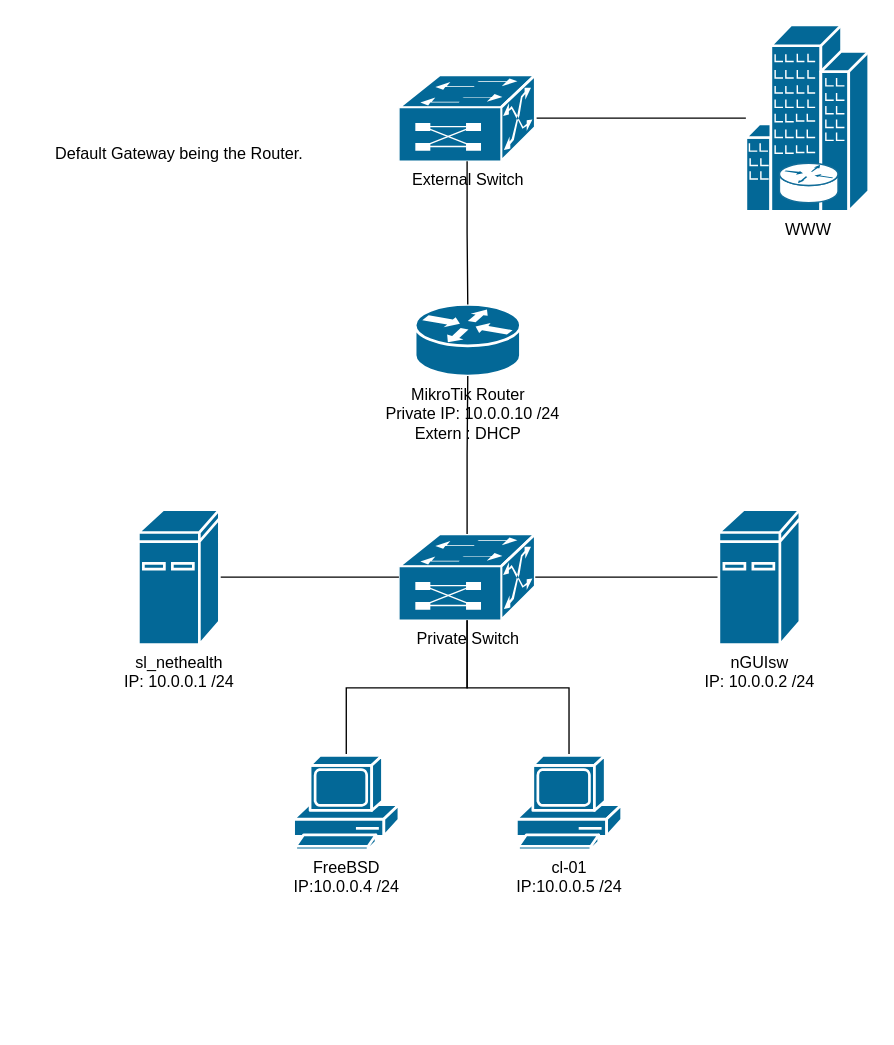
The draw.io diagram documentation/Netzwerk Plan .drawio in AndreiSerbu/Nethealth, before the edit. Source tidied: cells renumbered, new cells numbered last; positions are measured from the earlier drawing's top-left corner, leaving out a move shared by most shapes. Both pictures are drawn from the tidied source at 135%, with x=0, y=0 at pixel (36, 24).
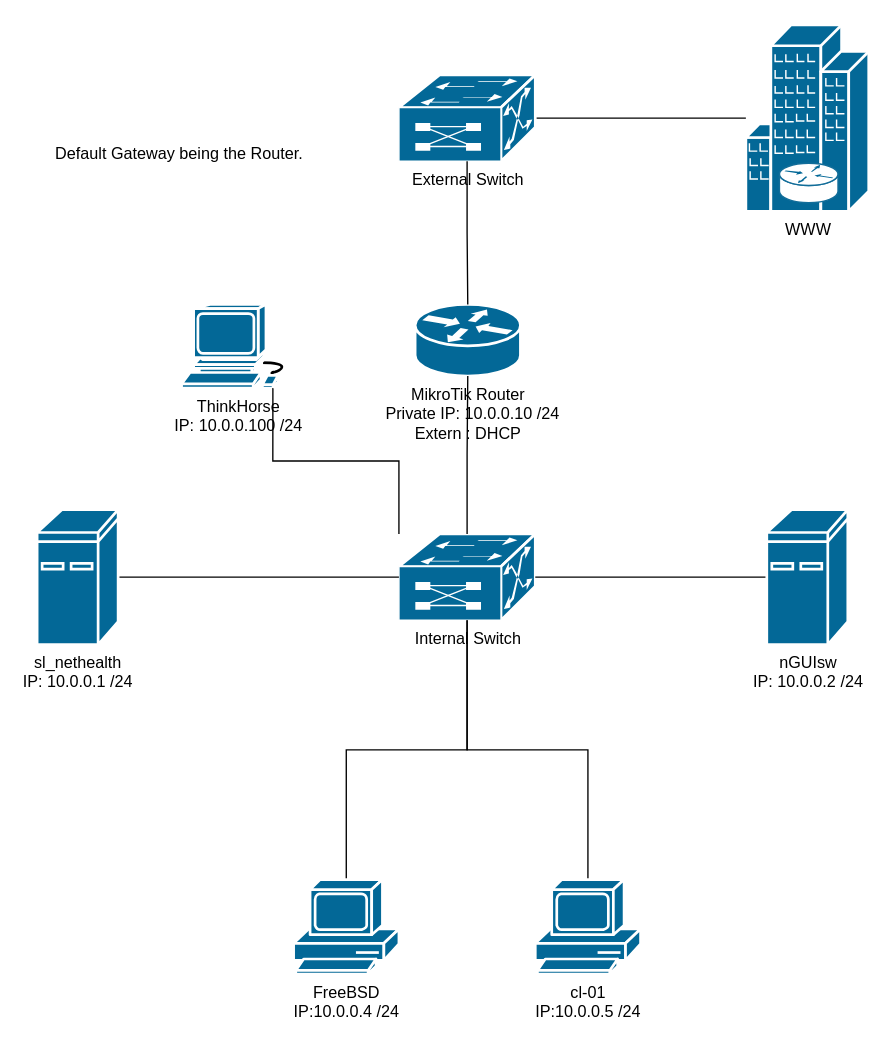
The same diagram, later.

Commit message (it also covers changes not shown here):
Updated network plan

Change to the diagram source:
```diff
@@
 <mxGraphModel>
   <root>
     <mxCell id="0" />
     <mxCell id="1" parent="0" />
     <mxCell id="2" value="MikroTik Router&lt;div&gt;&amp;nbsp; Private IP: 10.0.0.10 /24&lt;/div&gt;&lt;div&gt;Extern : DHCP&lt;/div&gt;" style="shape=mxgraph.cisco.routers.router;sketch=0;html=1;dashed=0;fillColor=#036897;strokeColor=#ffffff;strokeWidth=2;verticalLabelPosition=bottom;verticalAlign=top;align=center;outlineConnect=0;" parent="1" vertex="1">
       <mxGeometry x="280" y="207" width="78" height="53" as="geometry" />
     </mxCell>
-    <mxCell id="3" value="Private Switch&lt;div&gt;&lt;br&gt;&lt;/div&gt;" style="shape=mxgraph.cisco.switches.multiswitch_device;sketch=0;html=1;dashed=0;fillColor=#036897;strokeColor=#ffffff;strokeWidth=2;verticalLabelPosition=bottom;verticalAlign=top;align=center;outlineConnect=0;" parent="1" vertex="1">
+    <mxCell id="3" value="Internal Switch&lt;div&gt;&lt;br&gt;&lt;/div&gt;" style="shape=mxgraph.cisco.switches.multiswitch_device;sketch=0;html=1;dashed=0;fillColor=#036897;strokeColor=#ffffff;strokeWidth=2;verticalLabelPosition=bottom;verticalAlign=top;align=center;outlineConnect=0;" parent="1" vertex="1">
       <mxGeometry x="268" y="377" width="101" height="64" as="geometry" />
     </mxCell>
     <mxCell id="4" style="edgeStyle=orthogonalEdgeStyle;rounded=0;jettySize=auto;html=1;endArrow=none;startFill=0;" parent="1" edge="1" source="5" target="8">
       <mxGeometry relative="1" as="geometry" />
     </mxCell>
     <mxCell id="5" value="&lt;div&gt;External Switch&lt;/div&gt;&lt;div&gt;&lt;br&gt;&lt;/div&gt;" style="shape=mxgraph.cisco.switches.multiswitch_device;sketch=0;html=1;dashed=0;fillColor=#036897;strokeColor=#ffffff;strokeWidth=2;verticalLabelPosition=bottom;verticalAlign=top;align=center;outlineConnect=0;" parent="1" vertex="1">
       <mxGeometry x="268" y="37" width="101" height="64" as="geometry" />
     </mxCell>
     <mxCell id="6" style="edgeStyle=orthogonalEdgeStyle;rounded=0;jettySize=auto;html=1;entryX=0.5;entryY=0;entryDx=0;entryDy=0;entryPerimeter=0;endArrow=none;startFill=0;" parent="1" edge="1" source="5" target="2">
       <mxGeometry relative="1" as="geometry" />
     </mxCell>
     <mxCell id="7" style="edgeStyle=orthogonalEdgeStyle;rounded=0;jettySize=auto;html=1;entryX=0.5;entryY=1;entryDx=0;entryDy=0;entryPerimeter=0;endArrow=none;startFill=0;" parent="1" edge="1" source="3" target="2">
       <mxGeometry relative="1" as="geometry" />
     </mxCell>
     <mxCell id="8" value="WWW" style="shape=mxgraph.cisco.routers.router_in_building;sketch=0;html=1;dashed=0;fillColor=#036897;strokeColor=#ffffff;strokeWidth=2;verticalLabelPosition=bottom;verticalAlign=top;align=center;outlineConnect=0;" parent="1" vertex="1">
       <mxGeometry x="525" width="91" height="138" as="geometry" />
     </mxCell>
     <mxCell id="9" style="edgeStyle=orthogonalEdgeStyle;rounded=0;jettySize=auto;html=1;endArrow=none;startFill=0;" parent="1" edge="1" source="10" target="3">
       <mxGeometry relative="1" as="geometry" />
     </mxCell>
     <mxCell id="10" value="cl-01&lt;div&gt;IP:10.0.0.5 /24&lt;/div&gt;" style="shape=mxgraph.cisco.computers_and_peripherals.pc;sketch=0;html=1;dashed=0;fillColor=#036897;strokeColor=#ffffff;strokeWidth=2;verticalLabelPosition=bottom;verticalAlign=top;align=center;outlineConnect=0;" parent="1" vertex="1">
-      <mxGeometry x="355" y="541" width="78" height="70" as="geometry" />
+      <mxGeometry x="369" y="633" width="78" height="70" as="geometry" />
     </mxCell>
     <mxCell id="11" style="edgeStyle=orthogonalEdgeStyle;rounded=0;jettySize=auto;html=1;endArrow=none;startFill=0;" parent="1" edge="1" source="12" target="3">
       <mxGeometry relative="1" as="geometry" />
     </mxCell>
     <mxCell id="12" value="FreeBSD&lt;div&gt;IP:10.0.0.4 /24&lt;/div&gt;" style="shape=mxgraph.cisco.computers_and_peripherals.pc;sketch=0;html=1;dashed=0;fillColor=#036897;strokeColor=#ffffff;strokeWidth=2;verticalLabelPosition=bottom;verticalAlign=top;align=center;outlineConnect=0;" parent="1" vertex="1">
-      <mxGeometry x="190" y="541" width="78" height="70" as="geometry" />
+      <mxGeometry x="190" y="633" width="78" height="70" as="geometry" />
     </mxCell>
     <mxCell id="13" style="edgeStyle=orthogonalEdgeStyle;rounded=0;jettySize=auto;html=1;endArrow=none;startFill=0;" parent="1" edge="1" source="14" target="3">
       <mxGeometry relative="1" as="geometry" />
     </mxCell>
     <mxCell id="14" value="nGUIsw&lt;div&gt;IP: 10.0.0.2 /24&lt;/div&gt;" style="shape=mxgraph.cisco.computers_and_peripherals.ibm_mini_as400;sketch=0;html=1;dashed=0;fillColor=#036897;strokeColor=#ffffff;strokeWidth=2;verticalLabelPosition=bottom;verticalAlign=top;align=center;outlineConnect=0;" parent="1" vertex="1">
-      <mxGeometry x="505" y="359" width="60" height="100" as="geometry" />
+      <mxGeometry x="540.5" y="359" width="60" height="100" as="geometry" />
     </mxCell>
     <mxCell id="15" style="edgeStyle=orthogonalEdgeStyle;rounded=0;jettySize=auto;html=1;endArrow=none;startFill=0;" parent="1" edge="1" source="16" target="3">
       <mxGeometry relative="1" as="geometry" />
     </mxCell>
     <mxCell id="16" value="sl_nethealth&lt;div&gt;IP: 10.0.0.1 /24&lt;/div&gt;" style="shape=mxgraph.cisco.computers_and_peripherals.ibm_mini_as400;sketch=0;html=1;dashed=0;fillColor=#036897;strokeColor=#ffffff;strokeWidth=2;verticalLabelPosition=bottom;verticalAlign=top;align=center;outlineConnect=0;" parent="1" vertex="1">
-      <mxGeometry x="75" y="359" width="60" height="100" as="geometry" />
+      <mxGeometry y="359" width="60" height="100" as="geometry" />
     </mxCell>
     <mxCell id="17" value="Default Gateway being the Router.&lt;div&gt;&lt;br&gt;&lt;/div&gt;" style="text;html=1;align=center;verticalAlign=middle;strokeColor=none;fillColor=none;" parent="1" vertex="1">
       <mxGeometry y="83" width="210" height="40" as="geometry" />
     </mxCell>
+    <mxCell id="18" value="ThinkHorse&lt;div&gt;IP: 10.0.0.100 /24&lt;/div&gt;" style="shape=mxgraph.cisco.computers_and_peripherals.workstation;sketch=0;html=1;dashed=0;fillColor=#036897;strokeColor=#ffffff;strokeWidth=2;verticalLabelPosition=bottom;verticalAlign=top;align=center;outlineConnect=0;" parent="1" vertex="1">
+      <mxGeometry x="107" y="207" width="83" height="62" as="geometry" />
+    </mxCell>
+    <mxCell id="19" style="edgeStyle=orthogonalEdgeStyle;rounded=0;jettySize=auto;html=1;exitX=0;exitY=0;exitDx=0;exitDy=0;exitPerimeter=0;entryX=0.815;entryY=1;entryDx=0;entryDy=0;entryPerimeter=0;endArrow=none;startFill=0;" parent="1" edge="1" source="3" target="18">
+      <mxGeometry relative="1" as="geometry" />
+    </mxCell>
   </root>
 </mxGraphModel>
```
